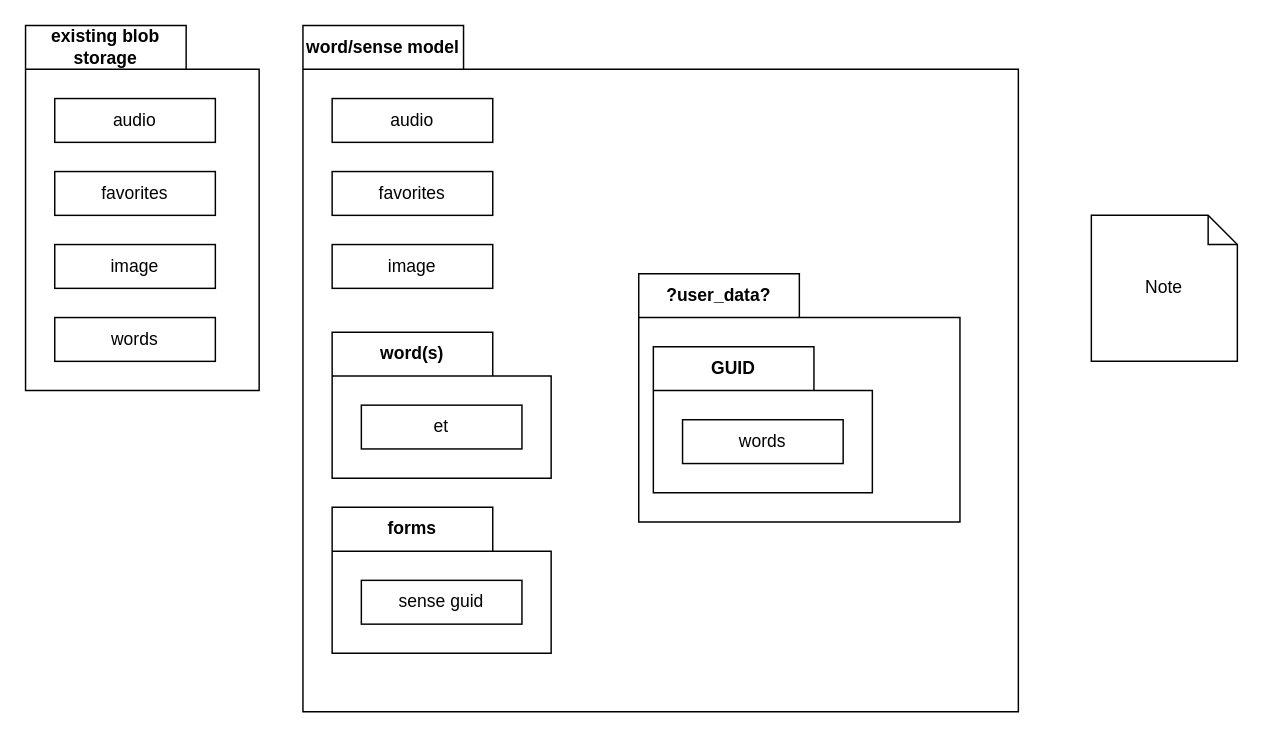
Above: data/scheme.drawio in NicklausBrain/ai-flashcards (draw.io), before the change. Source tidied: cells renumbered, new cells numbered last; positions are measured from the earlier drawing's top-left corner, leaving out a move shared by most shapes. Both pictures are drawn from the tidied source at 146%, with x=0, y=0 at pixel (25, 25).
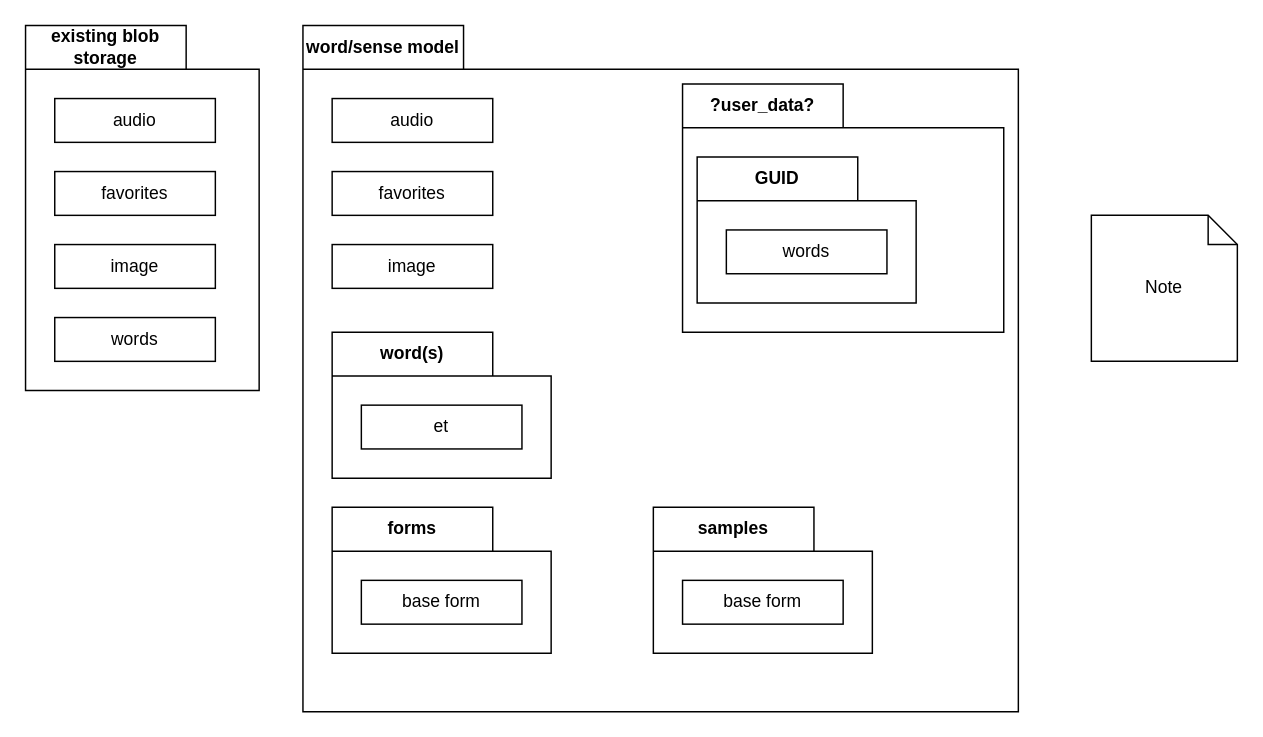
Above is the later version.

Unchanged cells that the change refers to:
```xml
<mxCell id="7" value="word/sense model" style="shape=folder;fontStyle=1;tabWidth=110;tabHeight=30;tabPosition=left;html=1;boundedLbl=1;labelInHeader=1;whiteSpace=wrap;" parent="1" vertex="1">
  <mxGeometry x="190" width="490" height="470" as="geometry" />
</mxCell>
<mxCell id="13" value="forms" style="shape=folder;fontStyle=1;tabWidth=110;tabHeight=30;tabPosition=left;html=1;boundedLbl=1;labelInHeader=1;whiteSpace=wrap;" parent="7" vertex="1">
  <mxGeometry x="20" y="330" width="150" height="100" as="geometry" />
</mxCell>
```

Change to the diagram source:
```diff
@@
-    <mxCell id="14" value="sense guid" style="html=1;whiteSpace=wrap;" parent="13" vertex="1">
+    <mxCell id="14" value="base form" style="html=1;whiteSpace=wrap;" parent="13" vertex="1">
       <mxGeometry width="110" height="30" relative="1" as="geometry">
         <mxPoint x="20" y="50" as="offset" />
       </mxGeometry>
     </mxCell>
     <mxCell id="15" value="?user_data?" style="shape=folder;fontStyle=1;tabWidth=110;tabHeight=30;tabPosition=left;html=1;boundedLbl=1;labelInHeader=1;whiteSpace=wrap;" parent="7" vertex="1">
-      <mxGeometry x="230" y="170" width="220" height="170" as="geometry" />
+      <mxGeometry x="260" y="40" width="220" height="170" as="geometry" />
     </mxCell>
@@
+    <mxCell id="19" value="samples" style="shape=folder;fontStyle=1;tabWidth=110;tabHeight=30;tabPosition=left;html=1;boundedLbl=1;labelInHeader=1;whiteSpace=wrap;" parent="7" vertex="1">
+      <mxGeometry x="240" y="330" width="150" height="100" as="geometry" />
+    </mxCell>
+    <mxCell id="20" value="base form" style="html=1;whiteSpace=wrap;" parent="19" vertex="1">
+      <mxGeometry width="110" height="30" relative="1" as="geometry">
+        <mxPoint x="20" y="50" as="offset" />
+      </mxGeometry>
+    </mxCell>
```
